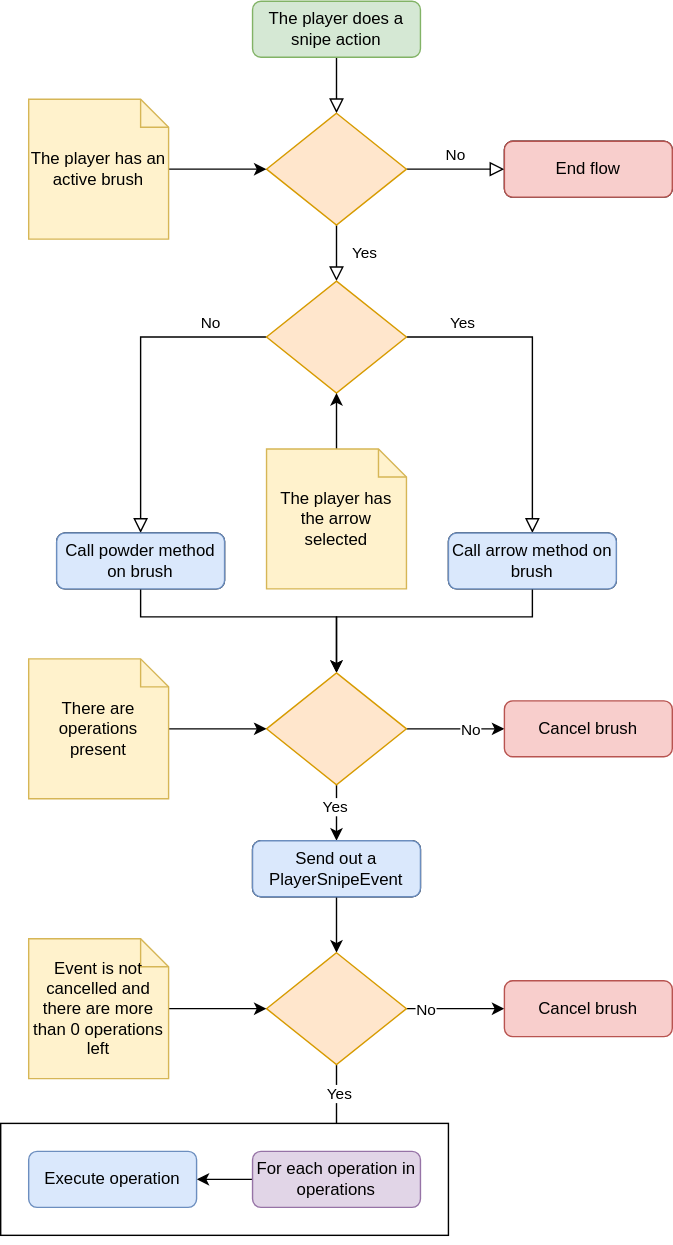
Before: diagrams/Brush flow Diagram.drawio.svg, a diagram exported from draw.io (KevinDaGame/VoxelSniper-Reimagined). Source tidied: cells renumbered, new cells last; positions are measured from the earlier drawing's top-left corner, leaving out a move shared by most shapes. Source of this version:
```xml
<mxGraphModel>
  <root>
    <mxCell id="0" />
    <mxCell id="1" parent="0" />
    <mxCell id="2" style="rounded=0;html=1;jettySize=auto;fontSize=11;endArrow=block;endFill=0;endSize=8;strokeWidth=1;shadow=0;labelBackgroundColor=none;edgeStyle=orthogonalEdgeStyle;" parent="1" edge="1" source="3" target="6">
      <mxGeometry relative="1" as="geometry" />
    </mxCell>
    <mxCell id="3" value="The player does a snipe action" style="rounded=1;whiteSpace=wrap;html=1;fontSize=12;glass=0;strokeWidth=1;shadow=0;fillColor=#d5e8d4;strokeColor=#82b366;" parent="1" vertex="1">
      <mxGeometry x="180" width="120" height="40" as="geometry" />
    </mxCell>
    <mxCell id="4" value="Yes" style="rounded=0;html=1;jettySize=auto;fontSize=11;endArrow=block;endFill=0;endSize=8;strokeWidth=1;shadow=0;labelBackgroundColor=none;edgeStyle=orthogonalEdgeStyle;" parent="1" edge="1" source="6" target="10">
      <mxGeometry y="20" relative="1" as="geometry" />
    </mxCell>
    <mxCell id="5" value="No" style="edgeStyle=orthogonalEdgeStyle;rounded=0;html=1;jettySize=auto;fontSize=11;endArrow=block;endFill=0;endSize=8;strokeWidth=1;shadow=0;labelBackgroundColor=none;" parent="1" edge="1" source="6" target="7">
      <mxGeometry y="10" relative="1" as="geometry" />
    </mxCell>
    <mxCell id="6" style="rhombus;whiteSpace=wrap;html=1;shadow=0;fontFamily=Helvetica;fontSize=12;align=center;strokeWidth=1;spacing=6;spacingTop=-4;fillColor=#ffe6cc;strokeColor=#d79b00;" parent="1" vertex="1">
      <mxGeometry x="190" y="80" width="100" height="80" as="geometry" />
    </mxCell>
    <mxCell id="7" value="End flow" style="rounded=1;whiteSpace=wrap;html=1;fontSize=12;glass=0;strokeWidth=1;shadow=0;" parent="1" vertex="1">
      <mxGeometry x="360" y="100" width="120" height="40" as="geometry" />
    </mxCell>
    <mxCell id="8" value="No" style="rounded=0;html=1;jettySize=auto;fontSize=11;endArrow=block;endFill=0;endSize=8;strokeWidth=1;shadow=0;labelBackgroundColor=none;edgeStyle=orthogonalEdgeStyle;" parent="1" edge="1" source="10" target="12">
      <mxGeometry x="-0.65" y="-10" relative="1" as="geometry" />
    </mxCell>
    <mxCell id="9" value="Yes" style="edgeStyle=orthogonalEdgeStyle;rounded=0;html=1;jettySize=auto;fontSize=11;endArrow=block;endFill=0;endSize=8;strokeWidth=1;shadow=0;labelBackgroundColor=none;" parent="1" edge="1" source="10" target="14">
      <mxGeometry x="-0.65" y="10" relative="1" as="geometry" />
    </mxCell>
    <mxCell id="10" style="rhombus;whiteSpace=wrap;html=1;shadow=0;fontFamily=Helvetica;fontSize=12;align=center;strokeWidth=1;spacing=6;spacingTop=-4;fillColor=#ffe6cc;strokeColor=#d79b00;" parent="1" vertex="1">
      <mxGeometry x="190" y="200" width="100" height="80" as="geometry" />
    </mxCell>
    <mxCell id="11" style="edgeStyle=orthogonalEdgeStyle;rounded=0;jettySize=auto;html=1;" parent="1" edge="1" source="12" target="23">
      <mxGeometry relative="1" as="geometry">
        <Array as="points">
          <mxPoint x="100" y="440" />
          <mxPoint x="240" y="440" />
        </Array>
      </mxGeometry>
    </mxCell>
    <mxCell id="12" value="Call powder method on brush" style="rounded=1;whiteSpace=wrap;html=1;fontSize=12;glass=0;strokeWidth=1;shadow=0;" parent="1" vertex="1">
      <mxGeometry x="40" y="380" width="120" height="40" as="geometry" />
    </mxCell>
    <mxCell id="13" style="edgeStyle=orthogonalEdgeStyle;rounded=0;jettySize=auto;html=1;" parent="1" edge="1" source="14">
      <mxGeometry relative="1" as="geometry">
        <mxPoint x="240" y="480" as="targetPoint" />
        <Array as="points">
          <mxPoint x="380" y="440" />
          <mxPoint x="240" y="440" />
        </Array>
      </mxGeometry>
    </mxCell>
    <mxCell id="14" value="Call arrow method on brush" style="rounded=1;whiteSpace=wrap;html=1;fontSize=12;glass=0;strokeWidth=1;shadow=0;" parent="1" vertex="1">
      <mxGeometry x="320" y="380" width="120" height="40" as="geometry" />
    </mxCell>
    <mxCell id="15" style="edgeStyle=orthogonalEdgeStyle;rounded=0;jettySize=auto;html=1;" parent="1" edge="1" source="16" target="6">
      <mxGeometry relative="1" as="geometry" />
    </mxCell>
    <mxCell id="16" value="The player has an active brush" style="shape=note;size=20;whiteSpace=wrap;html=1;fillColor=#fff2cc;strokeColor=#d6b656;" parent="1" vertex="1">
      <mxGeometry x="20" y="70" width="100" height="100" as="geometry" />
    </mxCell>
    <mxCell id="17" style="edgeStyle=orthogonalEdgeStyle;rounded=0;jettySize=auto;html=1;" parent="1" edge="1" source="18" target="10">
      <mxGeometry relative="1" as="geometry" />
    </mxCell>
    <mxCell id="18" value="The player has the arrow selected" style="shape=note;size=20;whiteSpace=wrap;html=1;fillColor=#fff2cc;strokeColor=#d6b656;" parent="1" vertex="1">
      <mxGeometry x="190" y="320" width="100" height="100" as="geometry" />
    </mxCell>
    <mxCell id="19" style="edgeStyle=orthogonalEdgeStyle;rounded=0;jettySize=auto;html=1;entryX=0;entryY=0.5;entryDx=0;entryDy=0;" parent="1" edge="1" source="23" target="26">
      <mxGeometry relative="1" as="geometry" />
    </mxCell>
    <mxCell id="20" value="No" style="edgeLabel;html=1;align=center;verticalAlign=middle;" parent="19" vertex="1">
      <mxGeometry x="0.29" relative="1" as="geometry" />
    </mxCell>
    <mxCell id="21" style="edgeStyle=orthogonalEdgeStyle;rounded=0;jettySize=auto;html=1;entryX=0.5;entryY=0;entryDx=0;entryDy=0;" parent="1" edge="1" source="23" target="28">
      <mxGeometry relative="1" as="geometry" />
    </mxCell>
    <mxCell id="22" value="Yes" style="edgeLabel;html=1;align=center;verticalAlign=middle;" parent="21" vertex="1">
      <mxGeometry x="-0.28" y="-2" relative="1" as="geometry" />
    </mxCell>
    <mxCell id="23" style="rhombus;whiteSpace=wrap;html=1;shadow=0;fontFamily=Helvetica;fontSize=12;align=center;strokeWidth=1;spacing=6;spacingTop=-4;fillColor=#ffe6cc;strokeColor=#d79b00;" parent="1" vertex="1">
      <mxGeometry x="190" y="480" width="100" height="80" as="geometry" />
    </mxCell>
    <mxCell id="24" style="edgeStyle=orthogonalEdgeStyle;rounded=0;jettySize=auto;html=1;" parent="1" edge="1" source="25" target="23">
      <mxGeometry relative="1" as="geometry" />
    </mxCell>
    <mxCell id="25" value="There are operations present" style="shape=note;size=20;whiteSpace=wrap;html=1;fillColor=#fff2cc;strokeColor=#d6b656;" parent="1" vertex="1">
      <mxGeometry x="20" y="470" width="100" height="100" as="geometry" />
    </mxCell>
    <mxCell id="26" value="Cancel brush" style="rounded=1;whiteSpace=wrap;html=1;fontSize=12;glass=0;strokeWidth=1;shadow=0;fillColor=#f8cecc;strokeColor=#b85450;" parent="1" vertex="1">
      <mxGeometry x="360" y="500" width="120" height="40" as="geometry" />
    </mxCell>
    <mxCell id="27" style="edgeStyle=orthogonalEdgeStyle;rounded=0;jettySize=auto;html=1;entryX=0.5;entryY=0;entryDx=0;entryDy=0;" parent="1" edge="1" source="28" target="33">
      <mxGeometry relative="1" as="geometry" />
    </mxCell>
    <mxCell id="28" value="Send out a PlayerSnipeEvent" style="rounded=1;whiteSpace=wrap;html=1;fontSize=12;glass=0;strokeWidth=1;shadow=0;" parent="1" vertex="1">
      <mxGeometry x="180" y="600" width="120" height="40" as="geometry" />
    </mxCell>
    <mxCell id="29" style="edgeStyle=orthogonalEdgeStyle;rounded=0;jettySize=auto;html=1;" parent="1" edge="1" source="33" target="36">
      <mxGeometry relative="1" as="geometry" />
    </mxCell>
    <mxCell id="30" value="No" style="edgeLabel;html=1;align=center;verticalAlign=middle;" parent="29" vertex="1">
      <mxGeometry x="-0.69" relative="1" as="geometry">
        <mxPoint x="2" as="offset" />
      </mxGeometry>
    </mxCell>
    <mxCell id="31" style="edgeStyle=orthogonalEdgeStyle;rounded=0;jettySize=auto;html=1;" parent="1" edge="1" source="33">
      <mxGeometry relative="1" as="geometry">
        <mxPoint x="240" y="880" as="targetPoint" />
      </mxGeometry>
    </mxCell>
    <mxCell id="32" value="Yes" style="edgeLabel;html=1;align=center;verticalAlign=middle;" parent="31" vertex="1">
      <mxGeometry x="-0.67" y="1" relative="1" as="geometry" />
    </mxCell>
    <mxCell id="33" style="rhombus;whiteSpace=wrap;html=1;shadow=0;fontFamily=Helvetica;fontSize=12;align=center;strokeWidth=1;spacing=6;spacingTop=-4;fillColor=#ffe6cc;strokeColor=#d79b00;" parent="1" vertex="1">
      <mxGeometry x="190" y="680" width="100" height="80" as="geometry" />
    </mxCell>
    <mxCell id="34" style="edgeStyle=orthogonalEdgeStyle;rounded=0;jettySize=auto;html=1;" parent="1" edge="1" source="35" target="33">
      <mxGeometry relative="1" as="geometry" />
    </mxCell>
    <mxCell id="35" value="Event is not cancelled and there are more than 0 operations left" style="shape=note;size=20;whiteSpace=wrap;html=1;fillColor=#fff2cc;strokeColor=#d6b656;" parent="1" vertex="1">
      <mxGeometry x="20" y="670" width="100" height="100" as="geometry" />
    </mxCell>
    <mxCell id="36" value="Cancel brush" style="rounded=1;whiteSpace=wrap;html=1;fontSize=12;glass=0;strokeWidth=1;shadow=0;fillColor=#f8cecc;strokeColor=#b85450;" parent="1" vertex="1">
      <mxGeometry x="360" y="700" width="120" height="40" as="geometry" />
    </mxCell>
    <mxCell id="37" style="rounded=0;whiteSpace=wrap;html=1;" parent="1" vertex="1">
      <mxGeometry y="802" width="320" height="80" as="geometry" />
    </mxCell>
    <mxCell id="38" style="edgeStyle=orthogonalEdgeStyle;rounded=0;jettySize=auto;html=1;entryX=1;entryY=0.5;entryDx=0;entryDy=0;" parent="1" edge="1" source="39" target="40">
      <mxGeometry relative="1" as="geometry" />
    </mxCell>
    <mxCell id="39" value="For each operation in operations" style="rounded=1;whiteSpace=wrap;html=1;fontSize=12;glass=0;strokeWidth=1;shadow=0;fillColor=#e1d5e7;strokeColor=#9673a6;" parent="1" vertex="1">
      <mxGeometry x="180" y="822" width="120" height="40" as="geometry" />
    </mxCell>
    <mxCell id="40" value="Execute operation" style="rounded=1;whiteSpace=wrap;html=1;fontSize=12;glass=0;strokeWidth=1;shadow=0;fillColor=#dae8fc;strokeColor=#6c8ebf;" parent="1" vertex="1">
      <mxGeometry x="20" y="822" width="120" height="40" as="geometry" />
    </mxCell>
    <mxCell id="41" value="End flow" style="rounded=1;whiteSpace=wrap;html=1;fontSize=12;glass=0;strokeWidth=1;shadow=0;fillColor=#f8cecc;strokeColor=#b85450;" parent="1" vertex="1">
      <mxGeometry x="360" y="100" width="120" height="40" as="geometry" />
    </mxCell>
    <mxCell id="42" value="Call arrow method on brush" style="rounded=1;whiteSpace=wrap;html=1;fontSize=12;glass=0;strokeWidth=1;shadow=0;fillColor=#dae8fc;strokeColor=#6c8ebf;" parent="1" vertex="1">
      <mxGeometry x="320" y="380" width="120" height="40" as="geometry" />
    </mxCell>
    <mxCell id="43" value="Call powder method on brush" style="rounded=1;whiteSpace=wrap;html=1;fontSize=12;glass=0;strokeWidth=1;shadow=0;fillColor=#dae8fc;strokeColor=#6c8ebf;" parent="1" vertex="1">
      <mxGeometry x="40" y="380" width="120" height="40" as="geometry" />
    </mxCell>
    <mxCell id="44" value="Send out a PlayerSnipeEvent" style="rounded=1;whiteSpace=wrap;html=1;fontSize=12;glass=0;strokeWidth=1;shadow=0;fillColor=#dae8fc;strokeColor=#6c8ebf;" parent="1" vertex="1">
      <mxGeometry x="180" y="600" width="120" height="40" as="geometry" />
    </mxCell>
  </root>
</mxGraphModel>
```
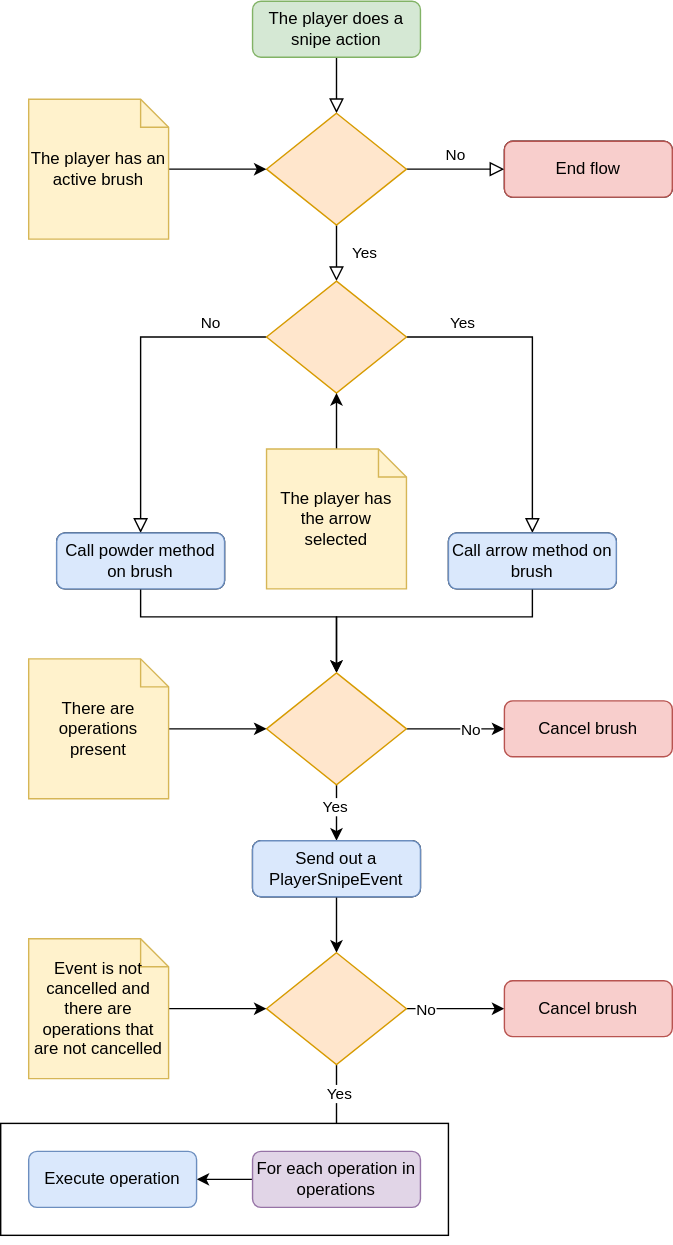
Above is the later version.

Diff of the diagram source:
```diff
@@ -116,7 +116,7 @@
     <mxCell id="34" style="edgeStyle=orthogonalEdgeStyle;rounded=0;jettySize=auto;html=1;" parent="1" edge="1" source="35" target="33">
       <mxGeometry relative="1" as="geometry" />
     </mxCell>
-    <mxCell id="35" value="Event is not cancelled and there are more than 0 operations left" style="shape=note;size=20;whiteSpace=wrap;html=1;fillColor=#fff2cc;strokeColor=#d6b656;" parent="1" vertex="1">
+    <mxCell id="35" value="Event is not cancelled and there are operations that are not cancelled" style="shape=note;size=20;whiteSpace=wrap;html=1;fillColor=#fff2cc;strokeColor=#d6b656;" parent="1" vertex="1">
       <mxGeometry x="20" y="670" width="100" height="100" as="geometry" />
     </mxCell>
     <mxCell id="36" value="Cancel brush" style="rounded=1;whiteSpace=wrap;html=1;fontSize=12;glass=0;strokeWidth=1;shadow=0;fillColor=#f8cecc;strokeColor=#b85450;" parent="1" vertex="1">
```
